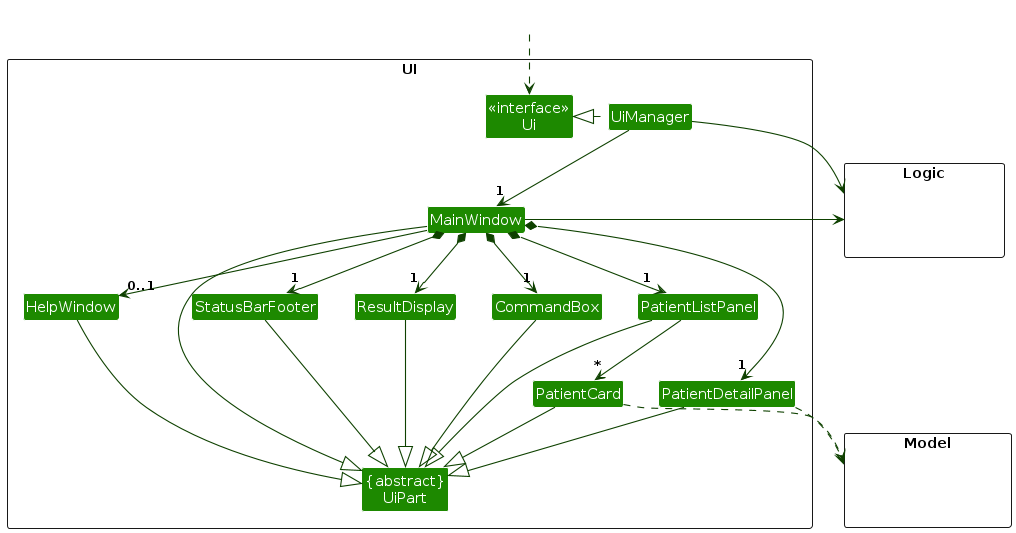
Earlier version of the PlantUML export diagrams/UiClassDiagram.png (AY2627S1-CS2103T-W08-1/tp). Its source is kept beside it as diagrams/UiClassDiagram.puml.
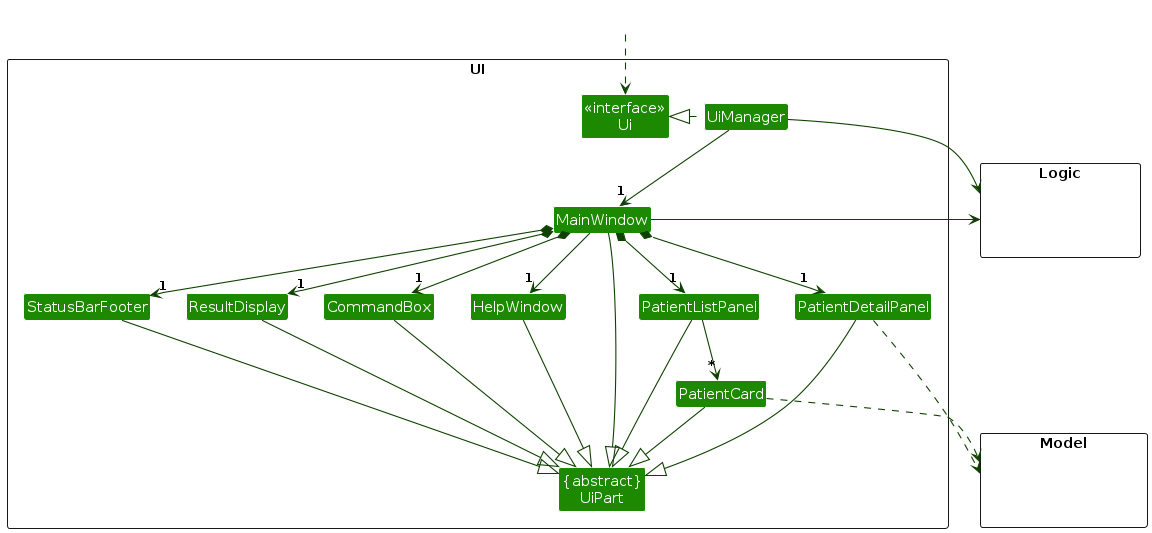
Later version of the same file.

What changed in the source:
```diff
@@ -36,7 +36,7 @@
 MainWindow *-down-> "1" PatientListPanel
 MainWindow *-down-> "1" PatientDetailPanel
 MainWindow *-down-> "1" StatusBarFooter
-MainWindow --> "0..1" HelpWindow
+MainWindow --> "1" HelpWindow
 
 PatientListPanel -down-> "*" PatientCard
 
@@ -55,6 +55,7 @@
 UiManager -right-> Logic
 MainWindow -left-> Logic
 
+PatientDetailPanel -[hidden]left- PatientListPanel
 PatientListPanel -[hidden]left- HelpWindow
 HelpWindow -[hidden]left- CommandBox
 CommandBox -[hidden]left- ResultDisplay
```
